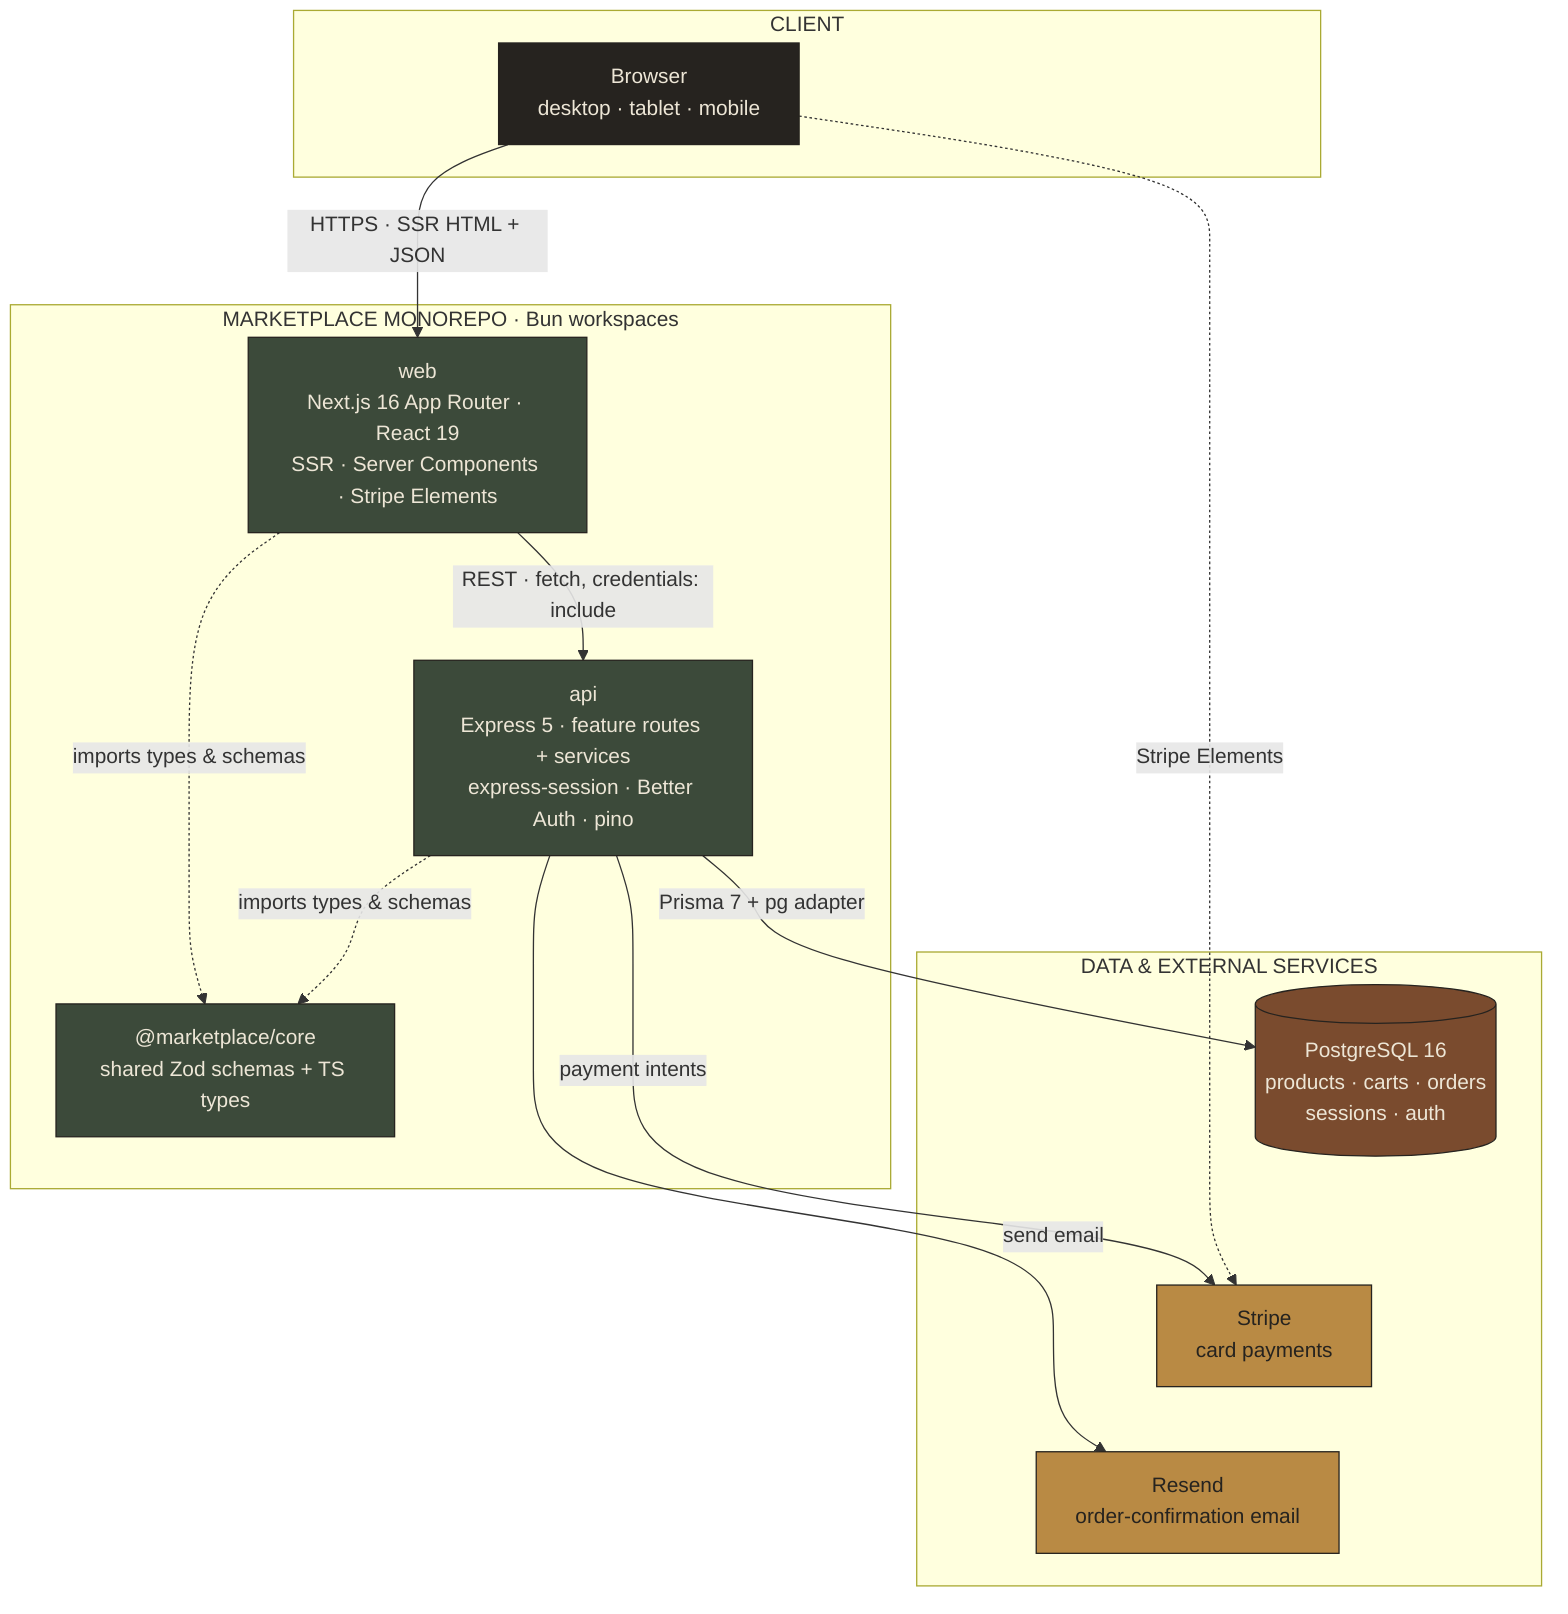
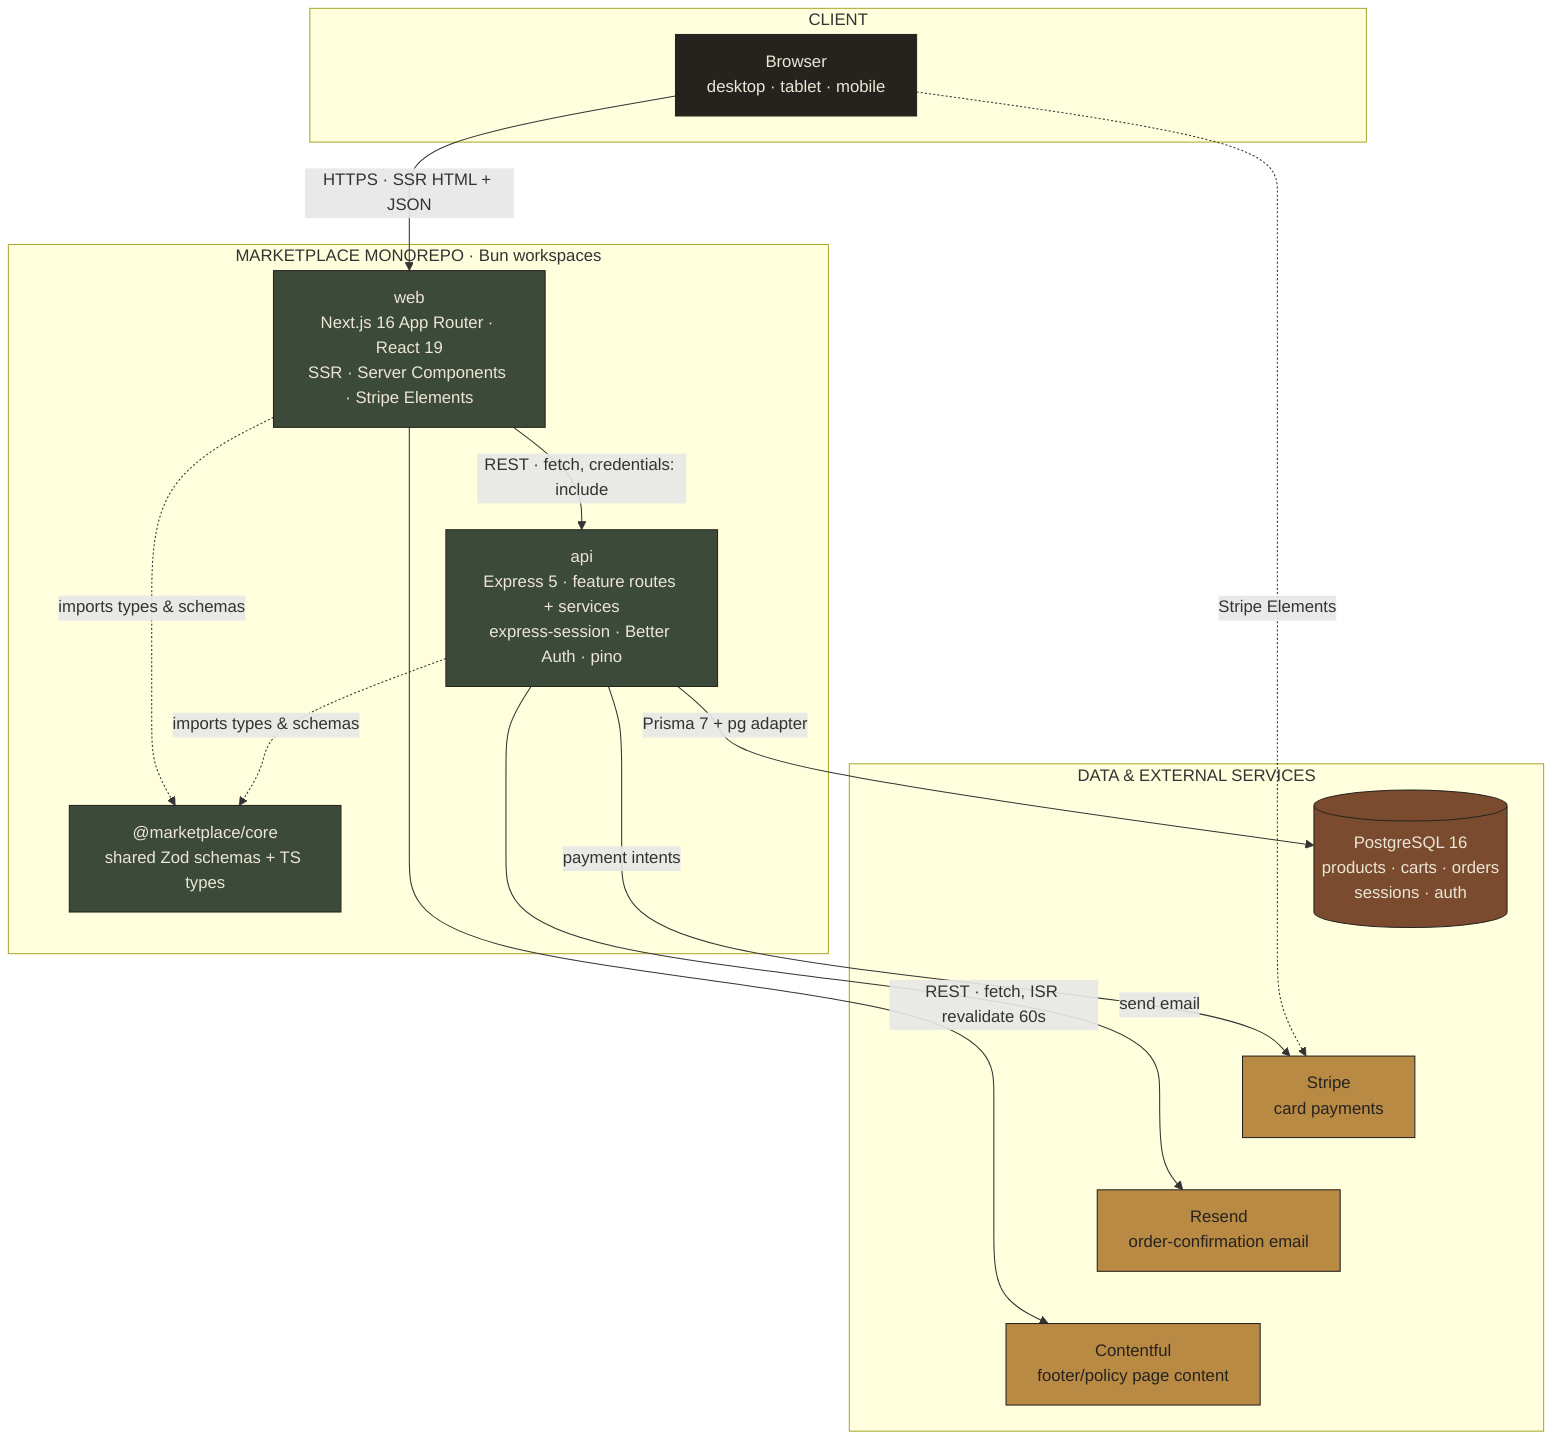
%% System context — how the marketplace's parts and external services fit together.
%% Source of truth: docs/adr/*. Regenerate the SVG with: bun run diagrams
graph TD
  subgraph client["CLIENT"]
    B["Browser<br/>desktop · tablet · mobile"]
  end

  subgraph app["MARKETPLACE MONOREPO · Bun workspaces"]
    W["web<br/>Next.js 16 App Router · React 19<br/>SSR · Server Components · Stripe Elements"]
    A["api<br/>Express 5 · feature routes + services<br/>express-session · Better Auth · pino"]
    C["@marketplace/core<br/>shared Zod schemas + TS types"]
  end

  subgraph data["DATA & EXTERNAL SERVICES"]
    P[("PostgreSQL 16<br/>products · carts · orders<br/>sessions · auth")]
    S["Stripe<br/>card payments"]
    R["Resend<br/>order-confirmation email"]
+     CF["Contentful<br/>footer/policy page content"]
  end

  B -->|"HTTPS · SSR HTML + JSON"| W
  W -->|"REST · fetch, credentials: include"| A
  A -->|"Prisma 7 + pg adapter"| P
  A -->|"payment intents"| S
  A -->|"send email"| R
+   W -->|"REST · fetch, ISR revalidate 60s"| CF
  B -.->|"Stripe Elements"| S
  W -.->|"imports types & schemas"| C
  A -.->|"imports types & schemas"| C

  %% Invisible links stack the data tier vertically for a portrait layout
-   P ~~~ S ~~~ R
+   P ~~~ S ~~~ R ~~~ CF

  %% Field Ledger palette (docs/adr/007-visual-identity.md)
  classDef package fill:#3c4a3a,stroke:#26231f,color:#ede6d6;
  classDef datastore fill:#7a4b2e,stroke:#26231f,color:#ede6d6;
  classDef external fill:#b98a44,stroke:#26231f,color:#26231f;
  classDef client fill:#26231f,stroke:#26231f,color:#ede6d6;

  class W,A,C package;
  class P datastore;
-   class S,R external;
+   class S,R,CF external;
  class B client;
